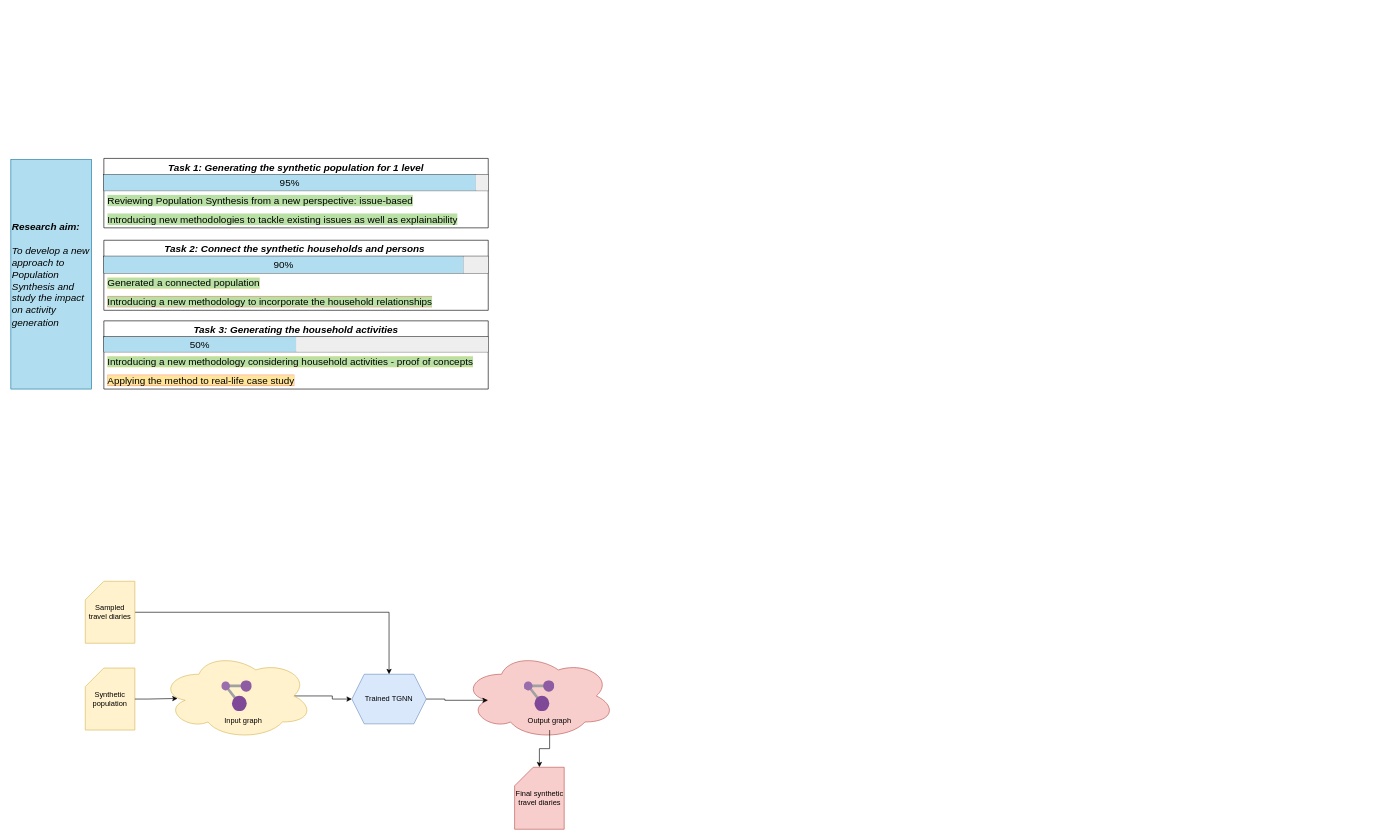
Earlier version of the draw.io diagram general_drawio/Progress_review.drawio (bobkatla/PopSyn_Monash). Source tidied: cells renumbered, new cells numbered last; positions are measured from the earlier drawing's top-left corner, leaving out a move shared by most shapes. Both pictures are drawn from the tidied source at 62%, with x=0, y=0 at pixel (11, 158).
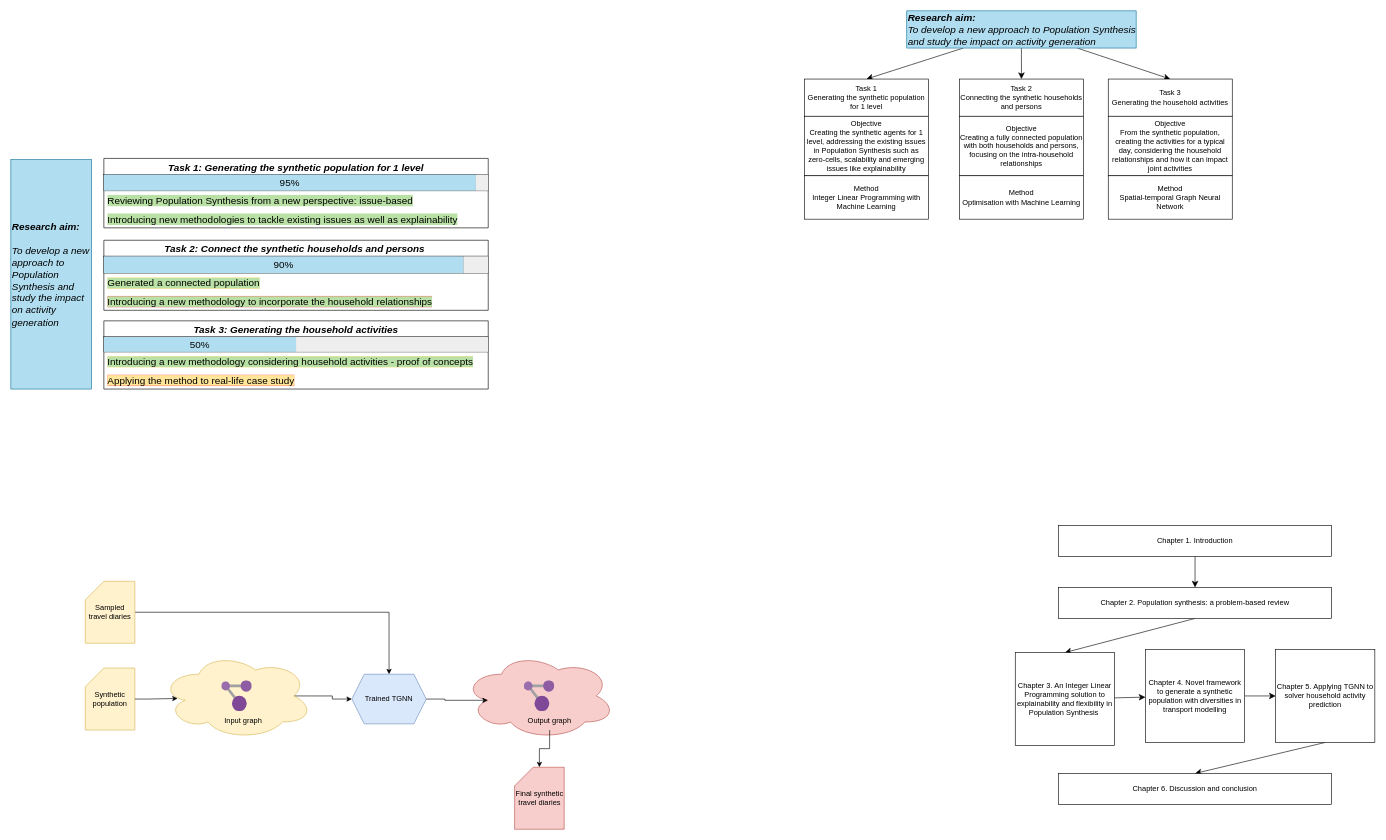
The same page after the edit.

Change to the diagram source:
```diff
@@
+    <mxCell id="39" style="edgeStyle=none;curved=1;rounded=0;jettySize=auto;html=1;fontSize=12;startSize=8;endSize=8;" parent="1" edge="1" source="40" target="42">
+      <mxGeometry relative="1" as="geometry" />
+    </mxCell>
+    <mxCell id="40" value="Chapter 1. Introduction" style="rounded=0;whiteSpace=wrap;html=1;" parent="1" vertex="1">
+      <mxGeometry x="1690" y="592" width="440" height="50" as="geometry" />
+    </mxCell>
+    <mxCell id="41" style="edgeStyle=none;curved=1;rounded=0;jettySize=auto;html=1;entryX=0.5;entryY=0;entryDx=0;entryDy=0;fontSize=12;startSize=8;endSize=8;exitX=0.5;exitY=1;exitDx=0;exitDy=0;" parent="1" edge="1" source="42" target="44">
+      <mxGeometry relative="1" as="geometry" />
+    </mxCell>
+    <mxCell id="42" value="Chapter 2. Population synthesis: a problem-based review" style="rounded=0;whiteSpace=wrap;html=1;" parent="1" vertex="1">
+      <mxGeometry x="1690" y="692" width="440" height="50" as="geometry" />
+    </mxCell>
+    <mxCell id="43" style="edgeStyle=none;curved=1;rounded=0;jettySize=auto;html=1;fontSize=12;startSize=8;endSize=8;" parent="1" edge="1" source="44" target="46">
+      <mxGeometry relative="1" as="geometry" />
+    </mxCell>
+    <mxCell id="44" value="Chapter 3. An Integer Linear Programming solution to explainability and flexibility in Population Synthesis&amp;nbsp;" style="rounded=0;whiteSpace=wrap;html=1;" parent="1" vertex="1">
+      <mxGeometry x="1620" y="797" width="160" height="150" as="geometry" />
+    </mxCell>
+    <mxCell id="45" style="edgeStyle=none;curved=1;rounded=0;jettySize=auto;html=1;entryX=0;entryY=0.5;entryDx=0;entryDy=0;fontSize=12;startSize=8;endSize=8;" parent="1" edge="1" source="46" target="48">
+      <mxGeometry relative="1" as="geometry" />
+    </mxCell>
+    <mxCell id="46" value="Chapter 4. Novel framework to generate a synthetic population with diversities in transport modelling" style="rounded=0;whiteSpace=wrap;html=1;" parent="1" vertex="1">
+      <mxGeometry x="1830" y="792" width="160" height="150" as="geometry" />
+    </mxCell>
+    <mxCell id="47" style="edgeStyle=none;curved=1;rounded=0;jettySize=auto;html=1;entryX=0.5;entryY=0;entryDx=0;entryDy=0;fontSize=12;startSize=8;endSize=8;exitX=0.5;exitY=1;exitDx=0;exitDy=0;" parent="1" edge="1" source="48" target="49">
+      <mxGeometry relative="1" as="geometry" />
+    </mxCell>
+    <mxCell id="48" value="Chapter 5. Applying TGNN to solver household activity prediction" style="rounded=0;whiteSpace=wrap;html=1;" parent="1" vertex="1">
+      <mxGeometry x="2040" y="792" width="160" height="150" as="geometry" />
+    </mxCell>
+    <mxCell id="49" value="Chapter 6. Discussion and conclusion" style="rounded=0;whiteSpace=wrap;html=1;" parent="1" vertex="1">
+      <mxGeometry x="1690" y="992" width="440" height="50" as="geometry" />
+    </mxCell>
+    <mxCell id="50" style="edgeStyle=none;curved=1;rounded=0;jettySize=auto;html=1;entryX=0.5;entryY=0;entryDx=0;entryDy=0;fontSize=12;startSize=8;endSize=8;" parent="1" edge="1" source="53" target="54">
+      <mxGeometry relative="1" as="geometry" />
+    </mxCell>
+    <mxCell id="51" style="edgeStyle=none;curved=1;rounded=0;jettySize=auto;html=1;entryX=0.5;entryY=0;entryDx=0;entryDy=0;fontSize=12;startSize=8;endSize=8;" parent="1" edge="1" source="53" target="55">
+      <mxGeometry relative="1" as="geometry" />
+    </mxCell>
+    <mxCell id="52" style="edgeStyle=none;curved=1;rounded=0;jettySize=auto;html=1;entryX=0.5;entryY=0;entryDx=0;entryDy=0;fontSize=12;startSize=8;endSize=8;" parent="1" edge="1" source="53" target="56">
+      <mxGeometry relative="1" as="geometry" />
+    </mxCell>
+    <mxCell id="53" value="&lt;b&gt;&lt;i&gt;Research aim:&lt;/i&gt;&lt;/b&gt;&lt;div&gt;&lt;div style=&quot;font-size: 16px;&quot;&gt;&lt;i&gt;To develop a new approach to Population Synthesis and study the impact on activity generation&lt;/i&gt;&lt;/div&gt;&lt;/div&gt;" style="rounded=0;whiteSpace=wrap;html=1;align=left;fontSize=16;fillColor=#b1ddf0;strokeColor=#10739e;" parent="1" vertex="1">
+      <mxGeometry x="1445" y="-238" width="370" height="60" as="geometry" />
+    </mxCell>
+    <mxCell id="54" value="Task 1&lt;div&gt;Generating the synthetic population for 1 level&lt;/div&gt;" style="whiteSpace=wrap;html=1;" parent="1" vertex="1">
+      <mxGeometry x="1280" y="-128" width="200" height="60" as="geometry" />
+    </mxCell>
+    <mxCell id="55" value="Task 2&lt;div&gt;Connecting the synthetic households and persons&lt;/div&gt;" style="whiteSpace=wrap;html=1;" parent="1" vertex="1">
+      <mxGeometry x="1530" y="-128" width="200" height="60" as="geometry" />
+    </mxCell>
+    <mxCell id="56" value="Task 3&lt;div&gt;Generating the household activities&lt;/div&gt;" style="whiteSpace=wrap;html=1;" parent="1" vertex="1">
+      <mxGeometry x="1770" y="-128" width="200" height="60" as="geometry" />
+    </mxCell>
+    <mxCell id="57" value="Objective&lt;div&gt;Creating the synthetic agents for 1 level, addressing the existing issues in Population Synthesis such as zero-cells, scalability and emerging issues like explainability&lt;/div&gt;" style="whiteSpace=wrap;html=1;" parent="1" vertex="1">
+      <mxGeometry x="1280" y="-68" width="200" height="96" as="geometry" />
+    </mxCell>
+    <mxCell id="58" value="Objective&lt;div&gt;Creating a fully connected population with both households and persons, focusing on the intra-household relationships&lt;/div&gt;" style="whiteSpace=wrap;html=1;" parent="1" vertex="1">
+      <mxGeometry x="1530" y="-68" width="200" height="96" as="geometry" />
+    </mxCell>
+    <mxCell id="59" value="Objective&lt;div&gt;From the synthetic population, creating the activities for a typical day, considering the household relationships and how it can impact joint activities&lt;/div&gt;" style="whiteSpace=wrap;html=1;" parent="1" vertex="1">
+      <mxGeometry x="1770" y="-68" width="200" height="96" as="geometry" />
+    </mxCell>
+    <mxCell id="60" value="Method&lt;div&gt;Integer Linear Programming with Machine Learning&lt;/div&gt;" style="whiteSpace=wrap;html=1;" parent="1" vertex="1">
+      <mxGeometry x="1280" y="28" width="200" height="70" as="geometry" />
+    </mxCell>
+    <mxCell id="61" value="Method&lt;div&gt;Optimisation with Machine Learning&lt;/div&gt;" style="whiteSpace=wrap;html=1;" parent="1" vertex="1">
+      <mxGeometry x="1530" y="28" width="200" height="70" as="geometry" />
+    </mxCell>
+    <mxCell id="62" value="Method&lt;div&gt;Spatial-temporal Graph Neural &amp;nbsp;Network&amp;nbsp;&lt;/div&gt;" style="whiteSpace=wrap;html=1;" parent="1" vertex="1">
+      <mxGeometry x="1770" y="28" width="200" height="70" as="geometry" />
+    </mxCell>
```
